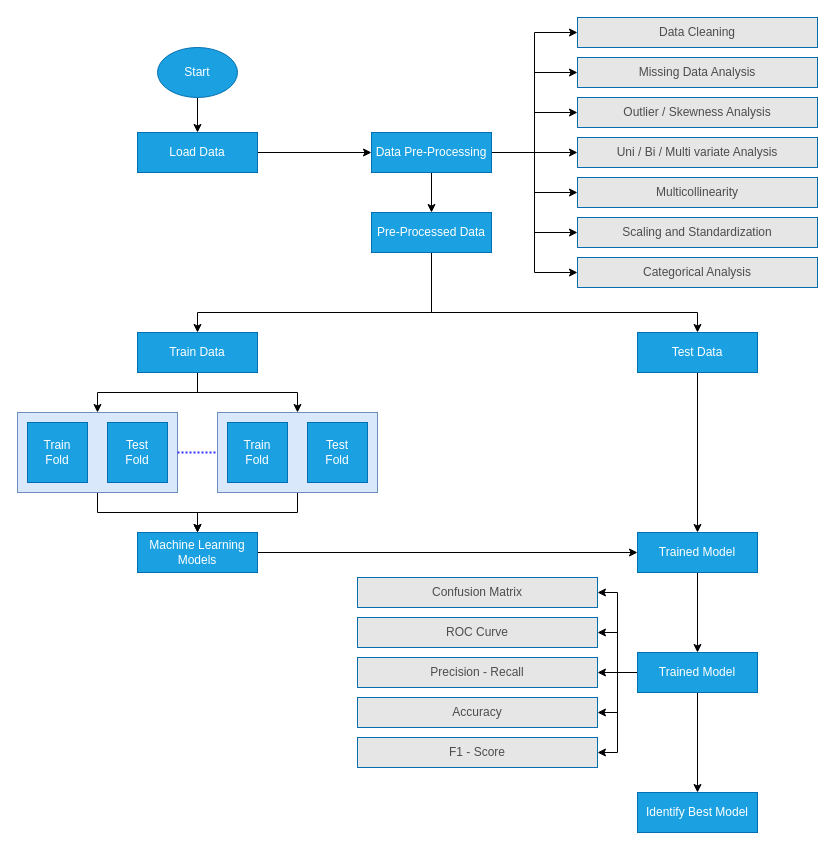
anishmahapatra/MSc-Data-Science keeps this draw.io diagram as Research Proposal/Research proposal.drawio. Above is the earlier version. Source tidied: cells renumbered, new cells numbered last; positions are measured from the earlier drawing's top-left corner, leaving out a move shared by most shapes. Both pictures are drawn from the tidied source at 100%, with x=0, y=0 at pixel (17, 17).
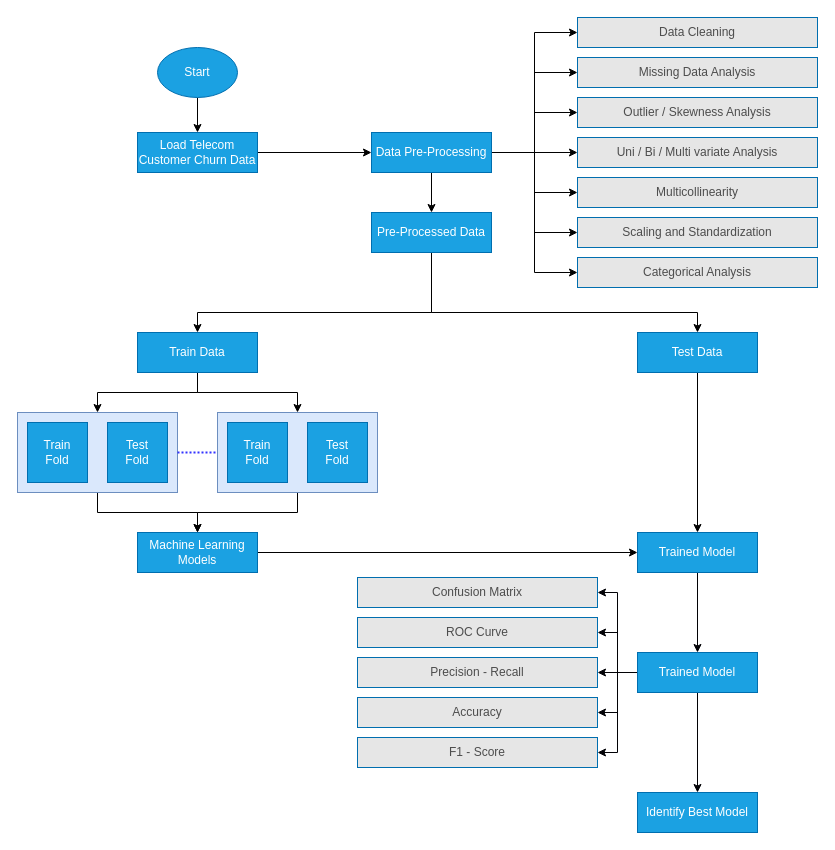
The same diagram, later.

Diff of the diagram source:
```diff
@@
-    <mxCell id="5" value="Load Data" style="rounded=0;whiteSpace=wrap;html=1;fillColor=#1ba1e2;strokeColor=#006EAF;fontColor=#ffffff;" parent="1" vertex="1">
+    <mxCell id="5" value="Load Telecom Customer Churn Data" style="rounded=0;whiteSpace=wrap;html=1;fillColor=#1ba1e2;strokeColor=#006EAF;fontColor=#ffffff;" parent="1" vertex="1">
       <mxGeometry x="120" y="115" width="120" height="40" as="geometry" />
     </mxCell>
```
